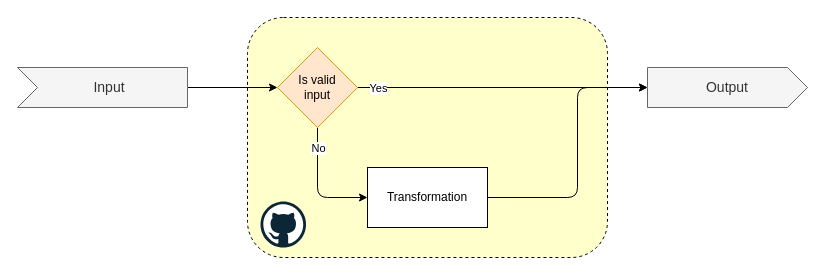
Earlier version of the draw.io diagram page "main" (1 of 2) of doc/arc.drawio (rasmushaa/drawio_document_demo_b). Source tidied: cells renumbered, new cells numbered last; positions are measured from the earlier drawing's top-left corner, leaving out a move shared by most shapes. Both pictures are drawn from the tidied source at 100%, with x=0, y=0 at pixel (17, 17).
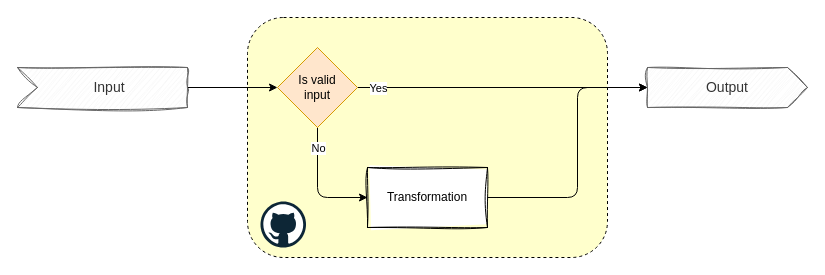
Above is the later version.

The edit, as a diff of the source:
```diff
@@
 <mxGraphModel>
   <root>
     <mxCell id="0" />
     <mxCell id="1" parent="0" />
     <mxCell id="2" style="rounded=1;whiteSpace=wrap;html=1;dashed=1;fillColor=#FFFFCC;" parent="1" vertex="1">
       <mxGeometry x="230" width="360" height="240" as="geometry" />
     </mxCell>
-    <mxCell id="3" value="Output" style="html=1;shape=mxgraph.infographic.ribbonSimple;notch1=0;notch2=20;align=center;verticalAlign=middle;fontSize=14;fontStyle=0;fillColor=#f5f5f5;whiteSpace=wrap;fontColor=#333333;strokeColor=#666666;" parent="1" vertex="1">
+    <mxCell id="3" value="Output" style="html=1;shape=mxgraph.infographic.ribbonSimple;notch1=0;notch2=20;align=center;verticalAlign=middle;fontSize=14;fontStyle=0;fillColor=#f5f5f5;whiteSpace=wrap;fontColor=#333333;strokeColor=#666666;sketch=1;curveFitting=1;jiggle=2;" parent="1" vertex="1">
       <mxGeometry x="630" y="50" width="160" height="40" as="geometry" />
     </mxCell>
     <mxCell id="4" style="edgeStyle=none;html=1;" parent="1" edge="1" source="5" target="10">
       <mxGeometry relative="1" as="geometry" />
     </mxCell>
-    <mxCell id="5" value="Input" style="html=1;shape=mxgraph.infographic.ribbonSimple;notch1=20;notch2=0;align=center;verticalAlign=middle;fontSize=14;fontStyle=0;fillColor=#f5f5f5;flipH=0;spacingRight=0;spacingLeft=14;whiteSpace=wrap;fontColor=#333333;strokeColor=#666666;" parent="1" vertex="1">
+    <mxCell id="5" value="Input" style="html=1;shape=mxgraph.infographic.ribbonSimple;notch1=20;notch2=0;align=center;verticalAlign=middle;fontSize=14;fontStyle=0;fillColor=#f5f5f5;flipH=0;spacingRight=0;spacingLeft=14;whiteSpace=wrap;fontColor=#333333;strokeColor=#666666;sketch=1;curveFitting=1;jiggle=2;" parent="1" vertex="1">
       <mxGeometry y="50" width="170" height="40" as="geometry" />
     </mxCell>
     <mxCell id="6" style="edgeStyle=none;html=1;entryX=0;entryY=0.5;entryDx=0;entryDy=0;" parent="1" edge="1" source="10" target="11">
       <mxGeometry relative="1" as="geometry">
         <Array as="points">
           <mxPoint x="300" y="180" />
         </Array>
       </mxGeometry>
     </mxCell>
     <mxCell id="7" value="No" style="edgeLabel;html=1;align=center;verticalAlign=middle;" parent="6" vertex="1">
       <mxGeometry x="-0.67" relative="1" as="geometry" />
     </mxCell>
     <mxCell id="8" style="edgeStyle=none;html=1;" parent="1" edge="1" source="10" target="3">
       <mxGeometry relative="1" as="geometry" />
     </mxCell>
     <mxCell id="9" value="Yes" style="edgeLabel;html=1;align=center;verticalAlign=middle;" parent="8" vertex="1">
       <mxGeometry x="-0.63" relative="1" as="geometry">
         <mxPoint x="-34" as="offset" />
       </mxGeometry>
     </mxCell>
     <mxCell id="10" value="Is valid&lt;div&gt;input&lt;/div&gt;" style="rhombus;whiteSpace=wrap;html=1;fillColor=#ffe6cc;strokeColor=#d79b00;" parent="1" vertex="1">
       <mxGeometry x="260" y="30" width="80" height="80" as="geometry" />
     </mxCell>
-    <mxCell id="11" value="Transformation" style="rounded=0;whiteSpace=wrap;html=1;" parent="1" vertex="1">
+    <mxCell id="11" value="Transformation" style="rounded=0;whiteSpace=wrap;html=1;sketch=1;curveFitting=1;jiggle=2;" parent="1" vertex="1">
       <mxGeometry x="350" y="150" width="120" height="60" as="geometry" />
     </mxCell>
     <mxCell id="12" style="edgeStyle=none;html=1;entryX=0;entryY=0;entryDx=0;entryDy=20;entryPerimeter=0;exitX=1;exitY=0.5;exitDx=0;exitDy=0;" parent="1" edge="1" source="11" target="3">
       <mxGeometry relative="1" as="geometry">
         <Array as="points">
           <mxPoint x="560" y="180" />
           <mxPoint x="560" y="70" />
         </Array>
       </mxGeometry>
     </mxCell>
     <mxCell id="13" style="dashed=0;html=1;align=center;labelPosition=center;verticalLabelPosition=bottom;verticalAlign=top;shape=mxgraph.weblogos.github;" parent="1" vertex="1">
       <mxGeometry x="243" y="184" width="45.5" height="46" as="geometry" />
     </mxCell>
   </root>
 </mxGraphModel>
```
